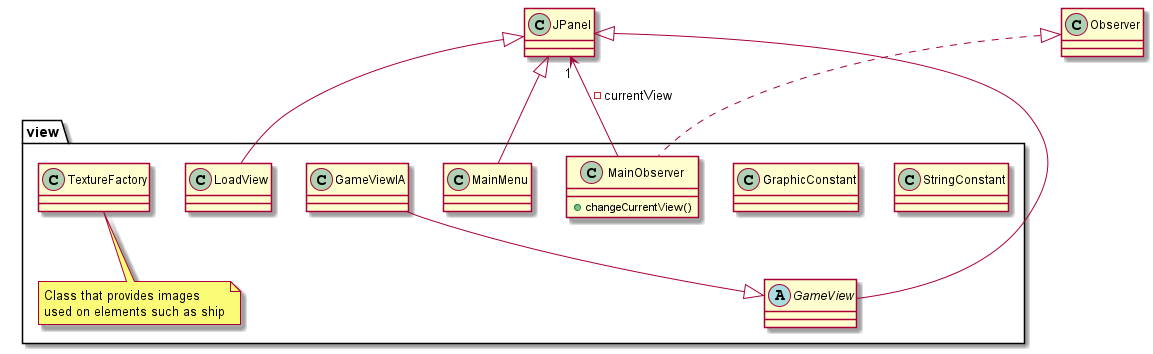
Before: doc/conception/image/class/view.png, a diagram exported from PlantUML (Reynault/ShipShop).
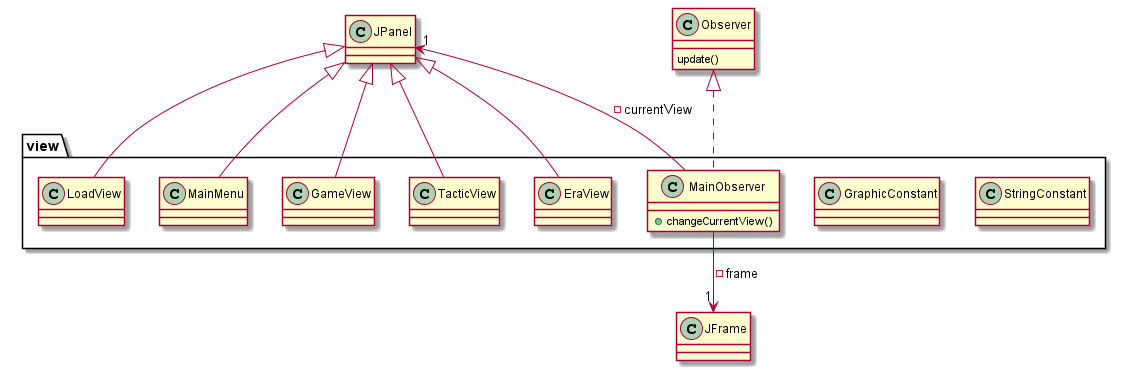
After the commit.

What changed in the source:
```diff
@@ -19,27 +19,30 @@
 
     }
 
-    class TextureFactory{
-
-    }
-    note bottom: Class that provides images\nused on elements such as ship
-
     class MainMenu{
 
     }
 
-    abstract GameView{
+    class GameView{
 
     }
 
-    class GameViewIA{
+    class TacticView{
+
+    }
+
+    class EraView{
 
     }
 
 }
 
+class JFrame{
+
+}
+
 class Observer{
-
+    update()
 }
 
 class JPanel{
@@ -48,11 +51,12 @@
 
 MainObserver .up.|> Observer
 MainObserver --> "1" JPanel: - currentView
+MainObserver --> "1" JFrame: - frame
 
 MainMenu -up-|> JPanel
 LoadView -up-|> JPanel
 GameView -up-|> JPanel
-
-GameViewIA --|> GameView
+TacticView -up-|> JPanel
+EraView -up-|> JPanel
 
 @enduml
```
